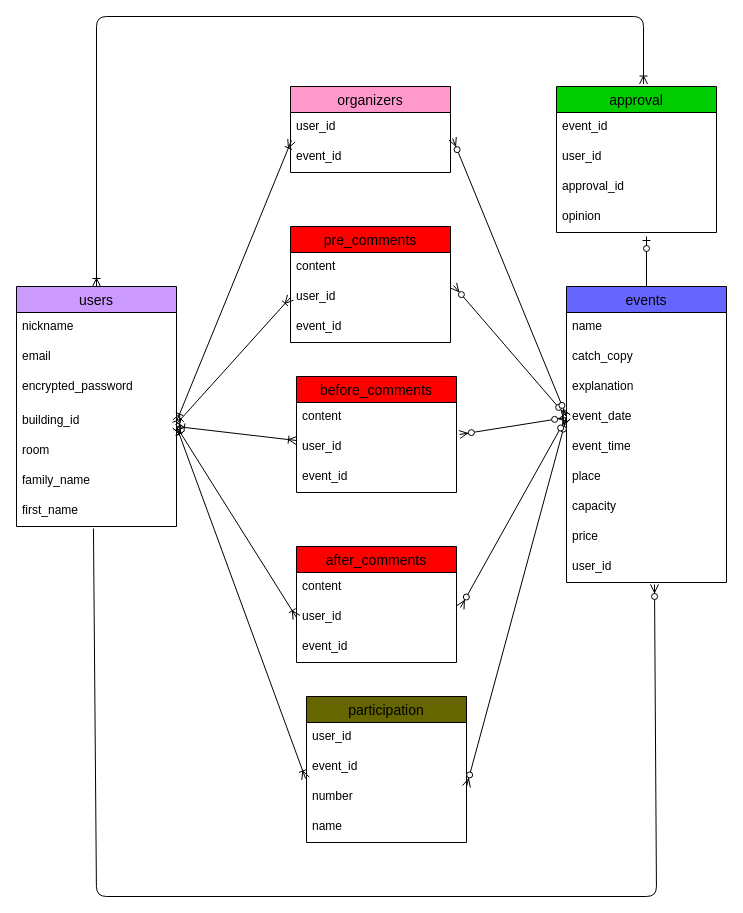
Before: ER.dio in nickAJ286/crestprimejitikai, a draw.io diagram. Source tidied: cells renumbered, new cells numbered last; positions are measured from the earlier drawing's top-left corner, leaving out a move shared by most shapes. Both pictures are drawn from the tidied source at 100%, with x=0, y=0 at pixel (16, 16).
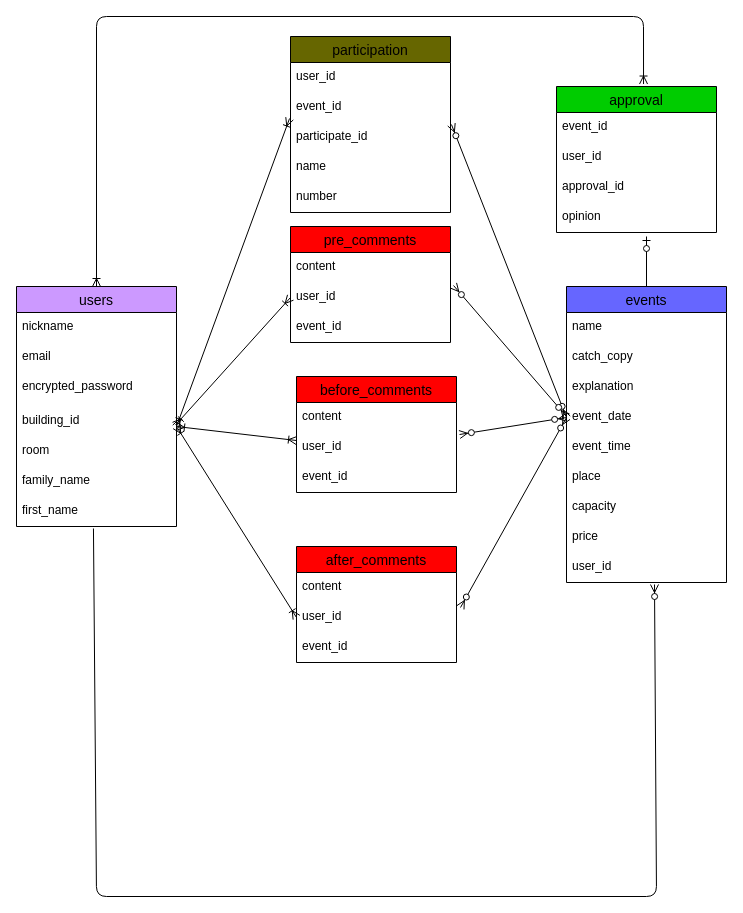
The same diagram, later.

Commit message (it also covers changes not shown here):
ER図、READMEの修正

The change refers to these unchanged cells:
```xml
<mxCell id="6" value="building_id" style="text;strokeColor=none;fillColor=none;spacingLeft=4;spacingRight=4;overflow=hidden;points=[[0,0.5],[1,0.5]];portConstraint=eastwest;fontSize=12;" parent="2" vertex="1">
  <mxGeometry y="120" width="160" height="30" as="geometry" />
</mxCell>
<mxCell id="14" value="event_date" style="text;strokeColor=none;fillColor=none;spacingLeft=4;spacingRight=4;overflow=hidden;points=[[0,0.5],[1,0.5]];portConstraint=eastwest;fontSize=12;" parent="10" vertex="1">
  <mxGeometry y="116" width="160" height="30" as="geometry" />
</mxCell>
```

What changed in the source:
```diff
@@
-    <mxCell id="20" value="organizers" style="swimlane;fontStyle=0;horizontal=1;startSize=26;align=center;fontSize=14;fillColor=#FF99CC;" parent="1" vertex="1">
-      <mxGeometry x="274" y="70" width="160" height="86" as="geometry" />
-    </mxCell>
-    <mxCell id="21" value="user_id" style="text;strokeColor=none;fillColor=none;spacingLeft=4;spacingRight=4;overflow=hidden;fontSize=12;" parent="20" vertex="1">
-      <mxGeometry y="26" width="160" height="30" as="geometry" />
-    </mxCell>
-    <mxCell id="22" value="event_id" style="text;strokeColor=none;fillColor=none;spacingLeft=4;spacingRight=4;overflow=hidden;points=[[0,0.5],[1,0.5]];portConstraint=eastwest;fontSize=12;" parent="20" vertex="1">
-      <mxGeometry y="56" width="160" height="30" as="geometry" />
-    </mxCell>
     <mxCell id="23" value="participation" style="swimlane;fontStyle=0;horizontal=1;startSize=26;align=center;fontSize=14;fillColor=#666600;" parent="1" vertex="1">
-      <mxGeometry x="290" y="680" width="160" height="146" as="geometry" />
+      <mxGeometry x="274" y="20" width="160" height="176" as="geometry" />
     </mxCell>
@@
-    <mxCell id="26" value="number" style="text;strokeColor=none;fillColor=none;spacingLeft=4;spacingRight=4;overflow=hidden;points=[[0,0.5],[1,0.5]];portConstraint=eastwest;fontSize=12;" parent="23" vertex="1">
+    <mxCell id="26" value="participate_id" style="text;strokeColor=none;fillColor=none;spacingLeft=4;spacingRight=4;overflow=hidden;points=[[0,0.5],[1,0.5]];portConstraint=eastwest;fontSize=12;" parent="23" vertex="1">
       <mxGeometry y="86" width="160" height="30" as="geometry" />
     </mxCell>
@@
+    <mxCell id="58" value="number" style="text;strokeColor=none;fillColor=none;spacingLeft=4;spacingRight=4;overflow=hidden;fontSize=12;" parent="23" vertex="1">
+      <mxGeometry y="146" width="160" height="30" as="geometry" />
+    </mxCell>
@@
-    <mxCell id="45" style="fontSize=12;html=1;endArrow=ERoneToMany;startArrow=ERoneToMany;exitX=1;exitY=0.5;exitDx=0;exitDy=0;entryX=0.006;entryY=-0.067;entryDx=0;entryDy=0;entryPerimeter=0;" parent="1" edge="1" source="6" target="22">
-      <mxGeometry relative="1" as="geometry" />
-    </mxCell>
@@
-    <mxCell id="51" style="fontSize=12;html=1;endArrow=ERzeroToMany;endFill=1;startArrow=ERzeroToMany;entryX=0;entryY=0.5;entryDx=0;entryDy=0;" parent="1" edge="1" target="14">
-      <mxGeometry relative="1" as="geometry">
-        <mxPoint x="450" y="770" as="sourcePoint" />
-      </mxGeometry>
+    <mxCell id="51" style="fontSize=12;html=1;endArrow=ERzeroToMany;endFill=1;startArrow=ERzeroToMany;entryX=0;entryY=0.5;entryDx=0;entryDy=0;exitX=1.006;exitY=0.067;exitDx=0;exitDy=0;exitPerimeter=0;" parent="1" edge="1" source="26" target="14">
+      <mxGeometry relative="1" as="geometry" />
     </mxCell>
@@
-    <mxCell id="55" style="fontSize=12;html=1;endArrow=ERzeroToMany;endFill=1;startArrow=ERzeroToMany;exitX=1.013;exitY=-0.133;exitDx=0;exitDy=0;exitPerimeter=0;" parent="1" edge="1" source="22">
-      <mxGeometry relative="1" as="geometry">
-        <mxPoint x="550" y="400" as="targetPoint" />
-      </mxGeometry>
-    </mxCell>
```
